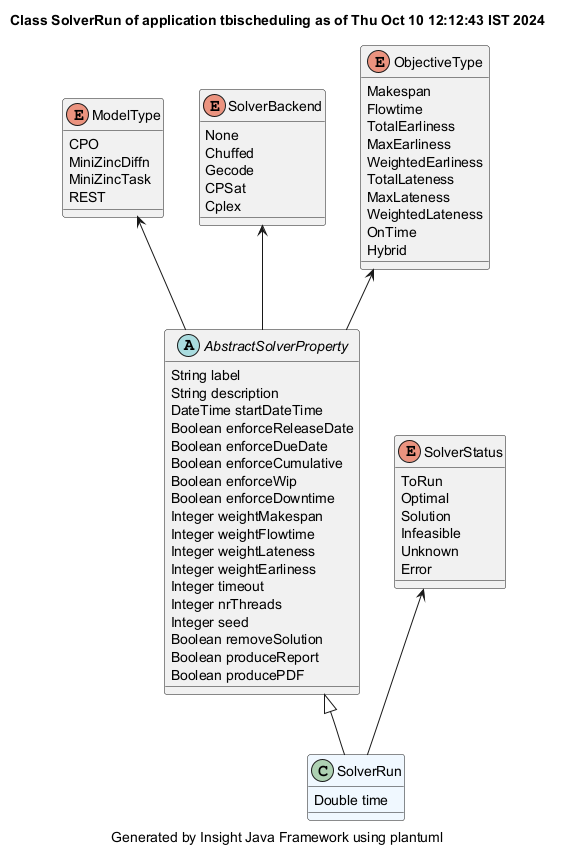
Earlier version of the PlantUML export demonstrator/tbischeduling/site/plantuml/SolverRun.png (hsimonis/schedulingtraining). The source it was exported from:
```plantuml
@startuml
title Class SolverRun of application tbischeduling as of Thu Oct 10 12:12:43 IST 2024
caption Generated by Insight Java Framework using plantuml
class SolverRun #aliceblue
SolverRun : Double time

AbstractSolverProperty <|-- SolverRun
abstract AbstractSolverProperty
AbstractSolverProperty : String label
AbstractSolverProperty : String description
AbstractSolverProperty : DateTime startDateTime
AbstractSolverProperty : Boolean enforceReleaseDate
AbstractSolverProperty : Boolean enforceDueDate
AbstractSolverProperty : Boolean enforceCumulative
AbstractSolverProperty : Boolean enforceWip
AbstractSolverProperty : Boolean enforceDowntime
AbstractSolverProperty : Integer weightMakespan
AbstractSolverProperty : Integer weightFlowtime
AbstractSolverProperty : Integer weightLateness
AbstractSolverProperty : Integer weightEarliness
AbstractSolverProperty : Integer timeout
AbstractSolverProperty : Integer nrThreads
AbstractSolverProperty : Integer seed
AbstractSolverProperty : Boolean removeSolution
AbstractSolverProperty : Boolean produceReport
AbstractSolverProperty : Boolean producePDF

enum ModelType
ModelType : CPO
ModelType : MiniZincDiffn
ModelType : MiniZincTask
ModelType : REST
ModelType <-- AbstractSolverProperty
enum SolverBackend
SolverBackend : None
SolverBackend : Chuffed
SolverBackend : Gecode
SolverBackend : CPSat
SolverBackend : Cplex
SolverBackend <-- AbstractSolverProperty
enum ObjectiveType
ObjectiveType : Makespan
ObjectiveType : Flowtime
ObjectiveType : TotalEarliness
ObjectiveType : MaxEarliness
ObjectiveType : WeightedEarliness
ObjectiveType : TotalLateness
ObjectiveType : MaxLateness
ObjectiveType : WeightedLateness
ObjectiveType : OnTime
ObjectiveType : Hybrid
ObjectiveType <-- AbstractSolverProperty
enum SolverStatus
SolverStatus : ToRun
SolverStatus : Optimal
SolverStatus : Solution
SolverStatus : Infeasible
SolverStatus : Unknown
SolverStatus : Error
SolverStatus <-- SolverRun
@enduml
```
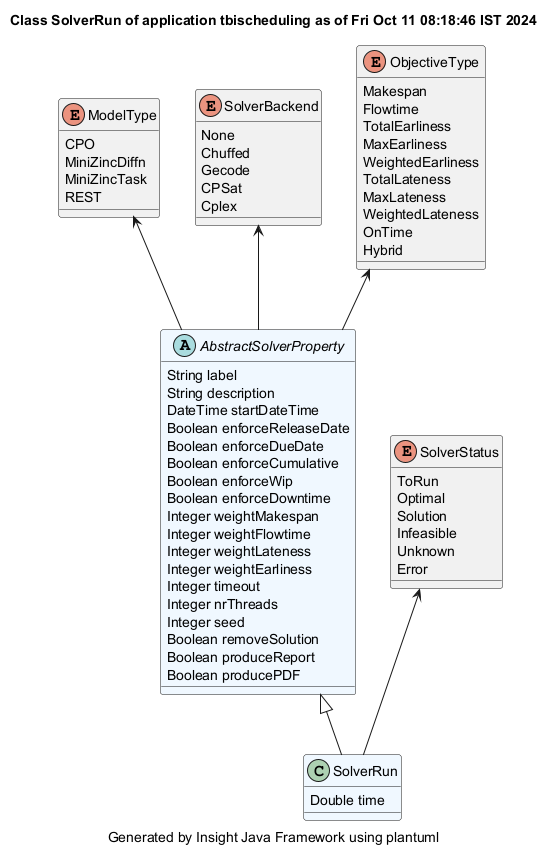
Later version of the same file.

Diff of the diagram source:
```diff
@@ -1,11 +1,11 @@
 @startuml
-title Class SolverRun of application tbischeduling as of Thu Oct 10 12:12:43 IST 2024
+title Class SolverRun of application tbischeduling as of Fri Oct 11 08:18:46 IST 2024
 caption Generated by Insight Java Framework using plantuml
 class SolverRun #aliceblue
 SolverRun : Double time
 
 AbstractSolverProperty <|-- SolverRun
-abstract AbstractSolverProperty
+abstract AbstractSolverProperty #aliceblue
 AbstractSolverProperty : String label
 AbstractSolverProperty : String description
 AbstractSolverProperty : DateTime startDateTime
```
